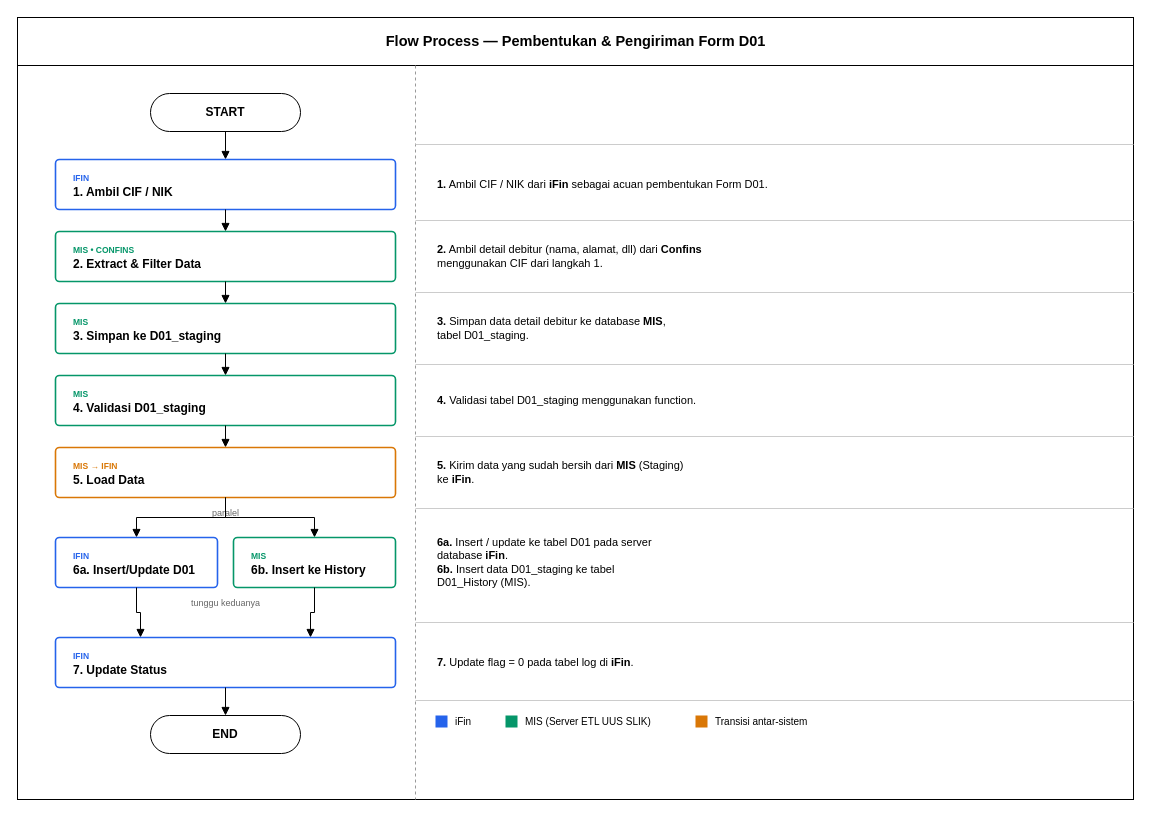
Earlier version of the draw.io diagram diagrams/slik-d01-business-flow.drawio (mcellina/flow_process_1). Source tidied: cells renumbered, new cells numbered last; positions are measured from the earlier drawing's top-left corner, leaving out a move shared by most shapes. Both pictures are drawn from the tidied source at 100%, with x=0, y=0 at pixel (17, 17).
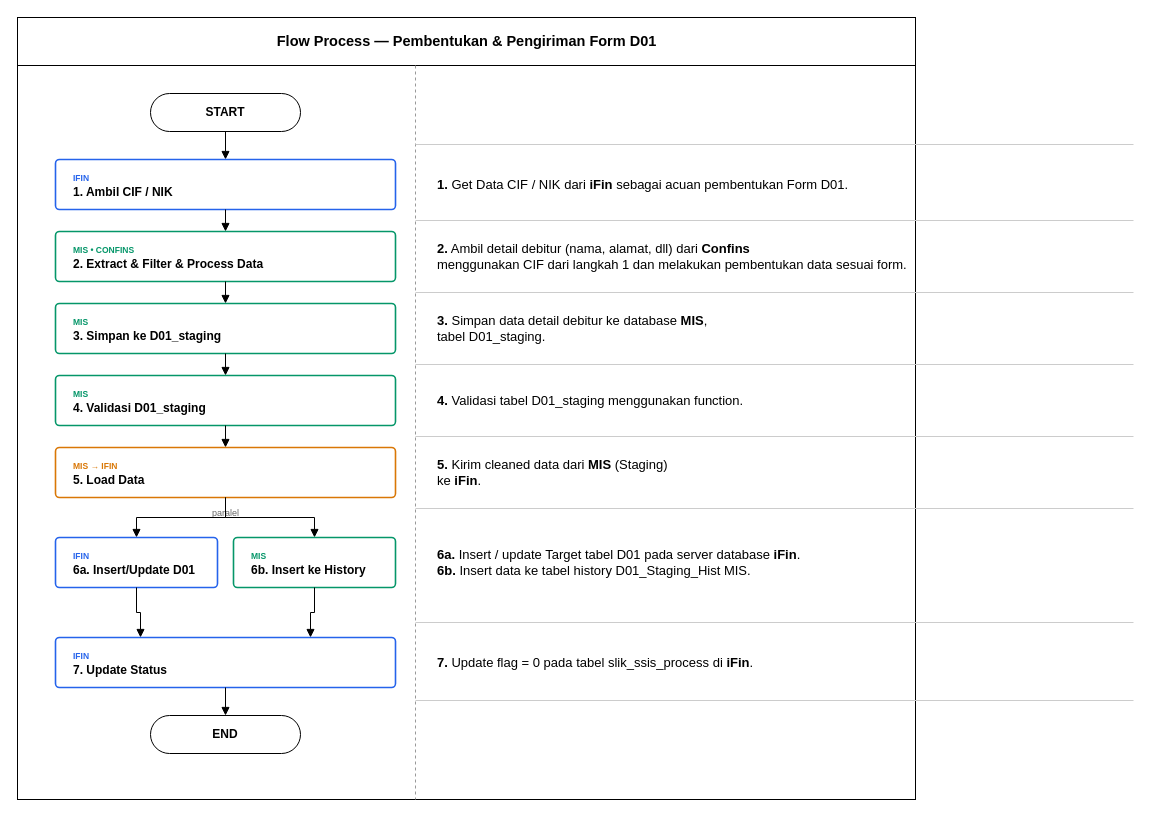
After the change.

Change to the diagram source:
```diff
@@
     <mxCell id="2" style="rounded=0;whiteSpace=wrap;html=1;fillColor=none;verticalAlign=top;" parent="1" vertex="1">
-      <mxGeometry width="1116" height="782" as="geometry" />
+      <mxGeometry width="898" height="782" as="geometry" />
     </mxCell>
     <mxCell id="3" value="Flow Process — Pembentukan &amp; Pengiriman Form D01" style="text;html=1;align=center;verticalAlign=middle;fontSize=14.5;fontStyle=1;strokeColor=#000000;" parent="1" vertex="1">
-      <mxGeometry width="1116" height="48" as="geometry" />
+      <mxGeometry width="898" height="48" as="geometry" />
     </mxCell>
@@
-    <mxCell id="16" value="&lt;b&gt;1.&lt;/b&gt; Ambil CIF / NIK dari &lt;b&gt;iFin&lt;/b&gt; sebagai acuan pembentukan Form D01." style="text;html=1;align=left;verticalAlign=middle;fontSize=11;" parent="1" vertex="1">
+    <mxCell id="16" value="&lt;b&gt;1.&lt;/b&gt; Get Data CIF / NIK dari &lt;b&gt;iFin&lt;/b&gt; sebagai acuan pembentukan Form D01." style="text;html=1;align=left;verticalAlign=middle;fontSize=13;" parent="1" vertex="1">
       <mxGeometry x="418" y="142" width="660" height="50" as="geometry" />
     </mxCell>
@@
-    <mxCell id="18" value="&lt;font style='font-size:8.5px;color:#059669'&gt;&lt;b&gt;MIS • CONFINS&lt;/b&gt;&lt;/font&gt;&lt;br&gt;&lt;b&gt;2. Extract &amp; Filter Data&lt;/b&gt;" style="rounded=1;arcSize=8;whiteSpace=wrap;html=1;align=left;verticalAlign=middle;spacing=6;spacingLeft=12;strokeColor=#059669;strokeWidth=1.6;" parent="1" vertex="1">
+    <mxCell id="18" value="&lt;font style=&quot;font-size: 8.5px; color: rgb(5, 150, 105);&quot;&gt;&lt;b&gt;MIS • CONFINS&lt;/b&gt;&lt;/font&gt;&lt;br&gt;&lt;b&gt;2. Extract &amp;amp; Filter &amp;amp; Process Data&lt;/b&gt;" style="rounded=1;arcSize=8;whiteSpace=wrap;html=1;align=left;verticalAlign=middle;spacing=6;spacingLeft=12;strokeColor=#059669;strokeWidth=1.6;" parent="1" vertex="1">
       <mxGeometry x="38" y="214" width="340" height="50" as="geometry" />
     </mxCell>
-    <mxCell id="19" value="&lt;b&gt;2.&lt;/b&gt; Ambil detail debitur (nama, alamat, dll) dari &lt;b&gt;Confins&lt;/b&gt;&lt;br&gt;menggunakan CIF dari langkah 1." style="text;html=1;align=left;verticalAlign=middle;fontSize=11;" parent="1" vertex="1">
+    <mxCell id="19" value="&lt;b&gt;2.&lt;/b&gt; Ambil detail debitur (nama, alamat, dll) dari &lt;b&gt;Confins&lt;/b&gt;&lt;br&gt;menggunakan CIF dari langkah 1 dan melakukan pembentukan data sesuai form." style="text;html=1;align=left;verticalAlign=middle;fontSize=13;" parent="1" vertex="1">
       <mxGeometry x="418" y="214" width="660" height="50" as="geometry" />
     </mxCell>
@@
-    <mxCell id="22" value="&lt;b&gt;3.&lt;/b&gt; Simpan data detail debitur ke database &lt;b&gt;MIS&lt;/b&gt;,&lt;br&gt;tabel D01_staging." style="text;html=1;align=left;verticalAlign=middle;fontSize=11;" parent="1" vertex="1">
+    <mxCell id="22" value="&lt;b&gt;3.&lt;/b&gt; Simpan data detail debitur ke database &lt;b&gt;MIS&lt;/b&gt;,&lt;br&gt;tabel D01_staging." style="text;html=1;align=left;verticalAlign=middle;fontSize=13;" parent="1" vertex="1">
       <mxGeometry x="418" y="286" width="660" height="50" as="geometry" />
     </mxCell>
@@
-    <mxCell id="25" value="&lt;b&gt;4.&lt;/b&gt; Validasi tabel D01_staging menggunakan function." style="text;html=1;align=left;verticalAlign=middle;fontSize=11;" parent="1" vertex="1">
+    <mxCell id="25" value="&lt;b&gt;4.&lt;/b&gt; Validasi tabel D01_staging menggunakan function." style="text;html=1;align=left;verticalAlign=middle;fontSize=13;" parent="1" vertex="1">
       <mxGeometry x="418" y="358" width="660" height="50" as="geometry" />
     </mxCell>
@@
-    <mxCell id="28" value="&lt;b&gt;5.&lt;/b&gt; Kirim data yang sudah bersih dari &lt;b&gt;MIS&lt;/b&gt; (Staging)&lt;br&gt;ke &lt;b&gt;iFin&lt;/b&gt;." style="text;html=1;align=left;verticalAlign=middle;fontSize=11;" parent="1" vertex="1">
+    <mxCell id="28" value="&lt;b&gt;5.&lt;/b&gt; Kirim cleaned data dari &lt;b&gt;MIS&lt;/b&gt; (Staging)&lt;br&gt;ke &lt;b&gt;iFin&lt;/b&gt;." style="text;html=1;align=left;verticalAlign=middle;fontSize=13;" parent="1" vertex="1">
       <mxGeometry x="418" y="430" width="660" height="50" as="geometry" />
     </mxCell>
@@
-    <mxCell id="36" value="&lt;b&gt;6a.&lt;/b&gt; Insert / update ke tabel D01 pada server&lt;br&gt;database &lt;b&gt;iFin&lt;/b&gt;.&lt;br&gt;&lt;b&gt;6b.&lt;/b&gt; Insert data D01_staging ke tabel&lt;br&gt;D01_History (MIS)." style="text;html=1;align=left;verticalAlign=middle;fontSize=11;" parent="1" vertex="1">
+    <mxCell id="36" value="&lt;b&gt;6a.&lt;/b&gt; Insert / update Target tabel D01 pada server database &lt;b&gt;iFin&lt;/b&gt;.&lt;br&gt;&lt;b&gt;6b.&lt;/b&gt; Insert data ke tabel history D01_Staging_Hist MIS." style="text;html=1;align=left;verticalAlign=middle;fontSize=13;" parent="1" vertex="1">
       <mxGeometry x="418" y="520" width="660" height="50" as="geometry" />
     </mxCell>
-    <mxCell id="37" value="tunggu keduanya" style="text;html=1;align=center;fontSize=9;fontColor=#666666;" parent="1" vertex="1">
-      <mxGeometry x="138" y="574" width="140" height="16" as="geometry" />
-    </mxCell>
@@
-    <mxCell id="41" value="&lt;b&gt;7.&lt;/b&gt; Update flag = 0 pada tabel log di &lt;b&gt;iFin&lt;/b&gt;." style="text;html=1;align=left;verticalAlign=middle;fontSize=11;" parent="1" vertex="1">
+    <mxCell id="41" value="&lt;b&gt;7.&lt;/b&gt; Update flag = 0 pada tabel slik_ssis_process di &lt;b&gt;iFin&lt;/b&gt;." style="text;html=1;align=left;verticalAlign=middle;fontSize=13;" parent="1" vertex="1">
       <mxGeometry x="418" y="620" width="660" height="50" as="geometry" />
     </mxCell>
@@
-    <mxCell id="44" style="rounded=0;whiteSpace=wrap;html=1;fillColor=#2563EB;strokeColor=none;" parent="1" vertex="1">
-      <mxGeometry x="418" y="698" width="12" height="12" as="geometry" />
-    </mxCell>
-    <mxCell id="45" value="iFin" style="text;html=1;align=left;verticalAlign=middle;fontSize=10;" parent="1" vertex="1">
-      <mxGeometry x="436" y="696" width="60" height="16" as="geometry" />
-    </mxCell>
-    <mxCell id="46" style="rounded=0;whiteSpace=wrap;html=1;fillColor=#059669;strokeColor=none;" parent="1" vertex="1">
-      <mxGeometry x="488" y="698" width="12" height="12" as="geometry" />
-    </mxCell>
-    <mxCell id="47" value="MIS (Server ETL UUS SLIK)" style="text;html=1;align=left;verticalAlign=middle;fontSize=10;" parent="1" vertex="1">
-      <mxGeometry x="506" y="696" width="200" height="16" as="geometry" />
-    </mxCell>
-    <mxCell id="48" style="rounded=0;whiteSpace=wrap;html=1;fillColor=#D97706;strokeColor=none;" parent="1" vertex="1">
-      <mxGeometry x="678" y="698" width="12" height="12" as="geometry" />
-    </mxCell>
-    <mxCell id="49" value="Transisi antar-sistem" style="text;html=1;align=left;verticalAlign=middle;fontSize=10;" parent="1" vertex="1">
-      <mxGeometry x="696" y="696" width="180" height="16" as="geometry" />
-    </mxCell>
```
